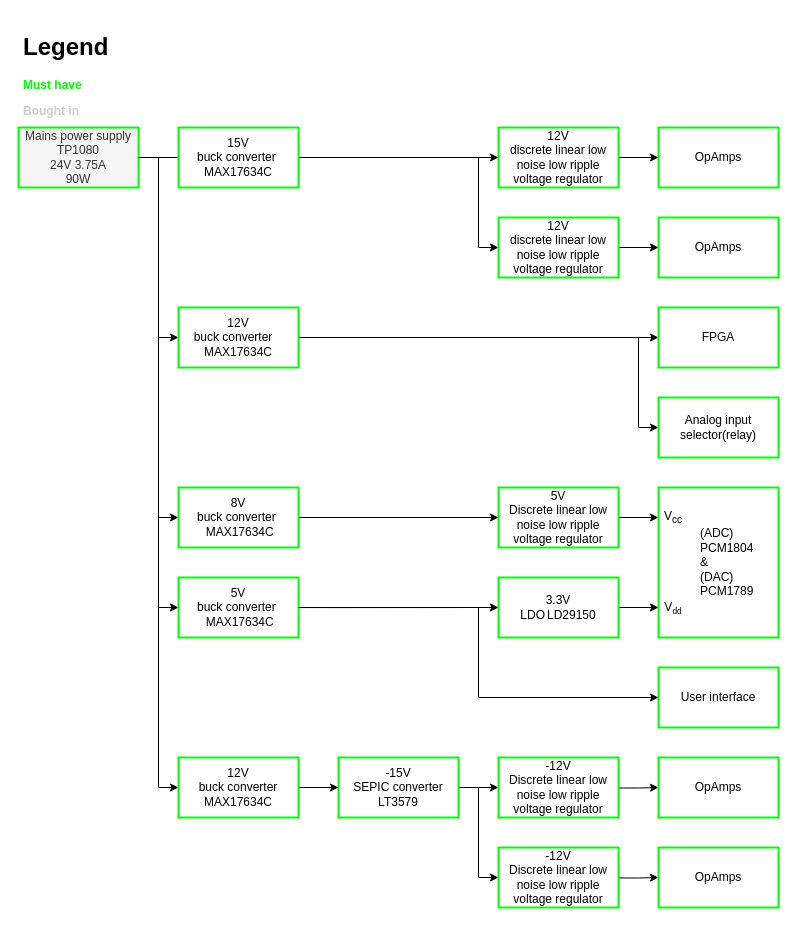
This is Block diagrams/System design/Power supply.drawio from HeinVerhallen/Audio-DSP, a draw.io file, before an edit. Source tidied: cells renumbered, new cells numbered last; positions are measured from the earlier drawing's top-left corner, leaving out a move shared by most shapes. Both pictures are drawn from the tidied source at 100%, with x=0, y=0 at pixel (18, 27).
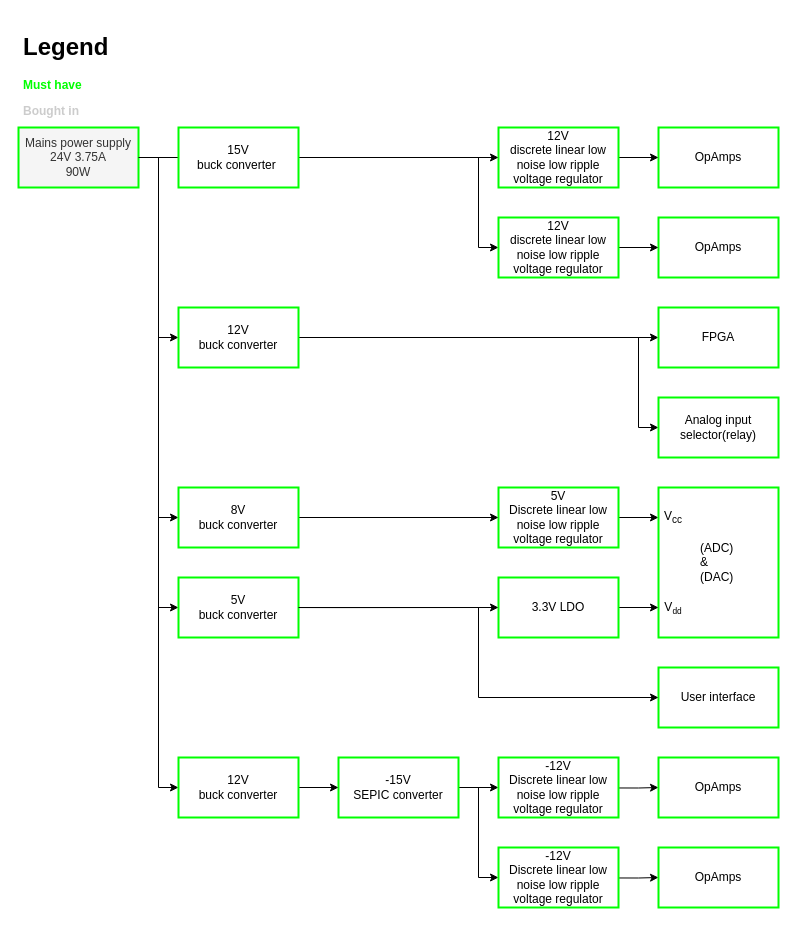
The same page after the edit.

Diff of the diagram source:
```diff
@@
-    <mxCell id="6" value="Mains power supply&lt;br&gt;TP1080&lt;br&gt;24V 3.75A&lt;br&gt;90W" style="rounded=0;whiteSpace=wrap;html=1;strokeColor=#00FF00;strokeWidth=2;fillColor=#f5f5f5;fontColor=#333333;" parent="1" vertex="1">
+    <mxCell id="6" value="Mains power supply&lt;br&gt;24V 3.75A&lt;br&gt;90W" style="rounded=0;whiteSpace=wrap;html=1;strokeColor=#00FF00;strokeWidth=2;fillColor=#f5f5f5;fontColor=#333333;" parent="1" vertex="1">
       <mxGeometry y="100" width="120" height="60" as="geometry" />
     </mxCell>
@@
-    <mxCell id="12" value="12V &lt;br&gt;buck converter&amp;nbsp; &amp;nbsp; MAX17634C" style="rounded=0;whiteSpace=wrap;html=1;strokeColor=#00FF00;strokeWidth=2;" parent="1" vertex="1">
+    <mxCell id="12" value="12V &lt;br&gt;buck converter" style="rounded=0;whiteSpace=wrap;html=1;strokeColor=#00FF00;strokeWidth=2;" parent="1" vertex="1">
       <mxGeometry x="160" y="280" width="120" height="60" as="geometry" />
     </mxCell>
@@
-    <mxCell id="19" value="&lt;blockquote style=&quot;margin: 0 0 0 40px; border: none; padding: 0px;&quot;&gt;&lt;p style=&quot;line-height: 120%;&quot;&gt;(ADC) PCM1804 &lt;br&gt;&amp;amp; &lt;br&gt;(DAC) PCM1789&lt;/p&gt;&lt;/blockquote&gt;" style="rounded=0;whiteSpace=wrap;html=1;shadow=0;fillColor=none;align=left;strokeColor=#00FF00;strokeWidth=2;" parent="1" vertex="1">
+    <mxCell id="19" value="&lt;blockquote style=&quot;margin: 0 0 0 40px; border: none; padding: 0px;&quot;&gt;&lt;p style=&quot;line-height: 120%;&quot;&gt;(ADC)&lt;br&gt;&amp;amp; &lt;br&gt;(DAC)&lt;/p&gt;&lt;/blockquote&gt;" style="rounded=0;whiteSpace=wrap;html=1;shadow=0;fillColor=none;align=left;strokeColor=#00FF00;strokeWidth=2;" parent="1" vertex="1">
       <mxGeometry x="640" y="460" width="120" height="150" as="geometry" />
     </mxCell>
@@
-    <mxCell id="22" value="3.3V &lt;br&gt;LDO&lt;span style=&quot;white-space: pre;&quot;&gt;&#9;&lt;/span&gt;LD29150" style="rounded=0;whiteSpace=wrap;html=1;strokeWidth=2;strokeColor=#00FF00;" parent="1" vertex="1">
+    <mxCell id="22" value="3.3V LDO" style="rounded=0;whiteSpace=wrap;html=1;strokeWidth=2;strokeColor=#00FF00;align=center;" parent="1" vertex="1">
       <mxGeometry x="480" y="550" width="120" height="60" as="geometry" />
     </mxCell>
@@
-    <mxCell id="30" value="8V &lt;br&gt;buck converter&amp;nbsp; &amp;nbsp;MAX17634C" style="rounded=0;whiteSpace=wrap;html=1;strokeColor=#00FF00;strokeWidth=2;" parent="1" vertex="1">
+    <mxCell id="30" value="8V &lt;br&gt;buck converter" style="rounded=0;whiteSpace=wrap;html=1;strokeColor=#00FF00;strokeWidth=2;" parent="1" vertex="1">
       <mxGeometry x="160" y="460" width="120" height="60" as="geometry" />
     </mxCell>
-    <mxCell id="31" value="5V &lt;br&gt;buck converter&amp;nbsp; &amp;nbsp;MAX17634C" style="rounded=0;whiteSpace=wrap;html=1;strokeColor=#00FF00;strokeWidth=2;" parent="1" vertex="1">
+    <mxCell id="31" value="5V &lt;br&gt;buck converter" style="rounded=0;whiteSpace=wrap;html=1;strokeColor=#00FF00;strokeWidth=2;" parent="1" vertex="1">
       <mxGeometry x="160" y="550" width="120" height="60" as="geometry" />
     </mxCell>
@@
-    <mxCell id="34" value="15V &lt;br&gt;buck converter&amp;nbsp; MAX17634C" style="rounded=0;whiteSpace=wrap;html=1;strokeColor=#00FF00;strokeWidth=2;" parent="1" vertex="1">
+    <mxCell id="34" value="15V &lt;br&gt;buck converter&amp;nbsp;" style="rounded=0;whiteSpace=wrap;html=1;strokeColor=#00FF00;strokeWidth=2;" parent="1" vertex="1">
       <mxGeometry x="160" y="100" width="120" height="60" as="geometry" />
     </mxCell>
@@
-    <mxCell id="36" value="-15V &lt;br&gt;SEPIC converter&lt;br&gt;LT3579" style="rounded=0;whiteSpace=wrap;html=1;strokeColor=#00FF00;strokeWidth=2;" parent="1" vertex="1">
+    <mxCell id="36" value="-15V &lt;br&gt;SEPIC converter" style="rounded=0;whiteSpace=wrap;html=1;strokeColor=#00FF00;strokeWidth=2;" parent="1" vertex="1">
       <mxGeometry x="320" y="730" width="120" height="60" as="geometry" />
     </mxCell>
@@
-    <mxCell id="48" value="12V &lt;br&gt;buck converter MAX17634C" style="rounded=0;whiteSpace=wrap;html=1;strokeColor=#00FF00;strokeWidth=2;" parent="1" vertex="1">
+    <mxCell id="48" value="12V &lt;br&gt;buck converter" style="rounded=0;whiteSpace=wrap;html=1;strokeColor=#00FF00;strokeWidth=2;" parent="1" vertex="1">
       <mxGeometry x="160" y="730" width="120" height="60" as="geometry" />
     </mxCell>
```
